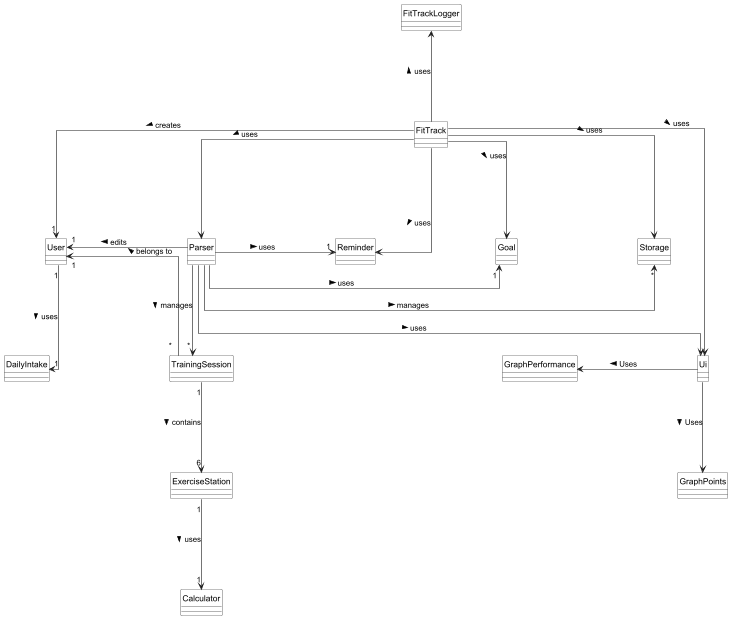
nus-cs2113-AY2425S1/tp keeps this PlantUML diagram as docs/Images/Class_Overall.png. Above is the earlier version.
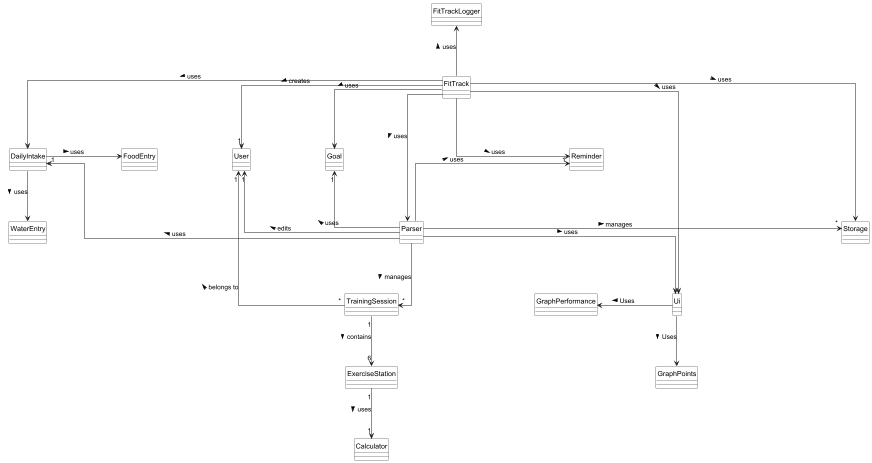
After the commit.

The edit, as a diff of the source:
```diff
@@ -1,7 +1,7 @@
 @startuml
 skinparam linetype ortho
-skinparam nodesep 200
-skinparam ranksep 150
+skinparam nodesep 150
+skinparam ranksep 100
 hide circle
 skinparam classAttributeIconSize 0
 skinparam classBackgroundColor White
@@ -49,23 +49,28 @@
 class DailyIntake {
 }
 
+class FoodEntry {
+}
+
+class WaterEntry {
+}
+
 FitTrack -up-> FitTrackLogger : uses >
 FitTrack --> Reminder : uses >
+FitTrack --> DailyIntake : uses >
 FitTrack --> Storage : uses >
 FitTrack --> Goal : uses >
 FitTrack --> "1" User : creates >
 FitTrack --> Parser : uses >
 FitTrack --> Ui : uses >
 
-User "1" --> "1" DailyIntake: uses >
-
-
 Parser --> Ui : uses >
 Parser -left-> "1" User : edits >
 Parser --> "*" TrainingSession : manages >
 Parser -right-> "*" Storage : manages >
-Parser -right-> "1" Goal : uses >
-Parser -right-> "1" Reminder : uses >
+Parser -up-> "1" Goal : uses >
+Parser -up-> "1" Reminder : uses >
+Parser -up-> "1" DailyIntake : uses >
 
 Ui -left-> GraphPerformance: Uses >
 Ui --> GraphPoints: Uses >
@@ -75,4 +80,7 @@
 
 ExerciseStation "1" -down-> "1" Calculator : uses >
 
+DailyIntake -> FoodEntry : uses >
+DailyIntake --> WaterEntry : uses >
+
 @enduml
```
